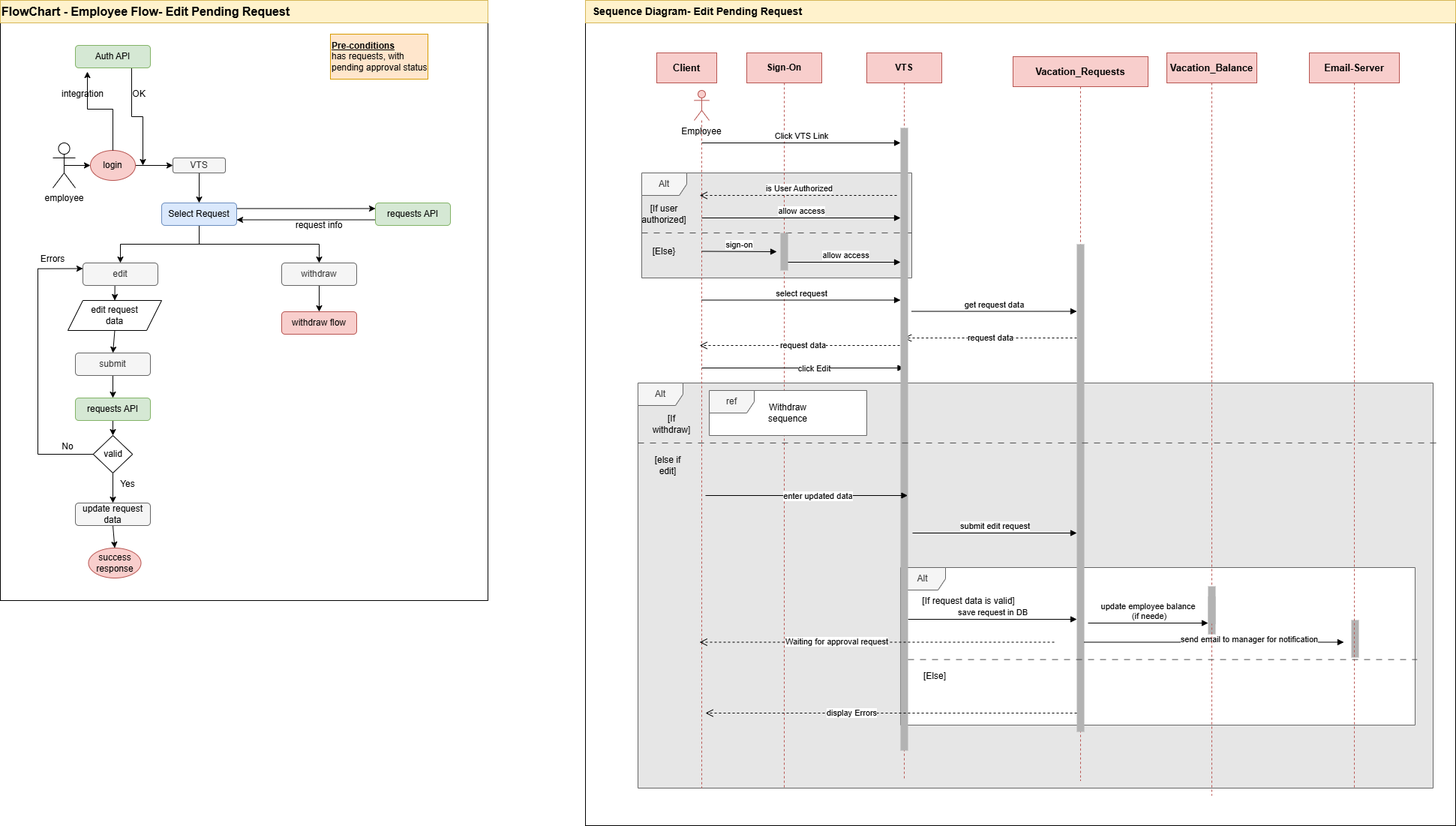
Earlier version of the draw.io export images/VTS-edit request.png (Radwa-Kelany/task1-VTS). Source tidied: cells renumbered, new cells last; positions are measured from the earlier drawing's top-left corner, leaving out a move shared by most shapes.
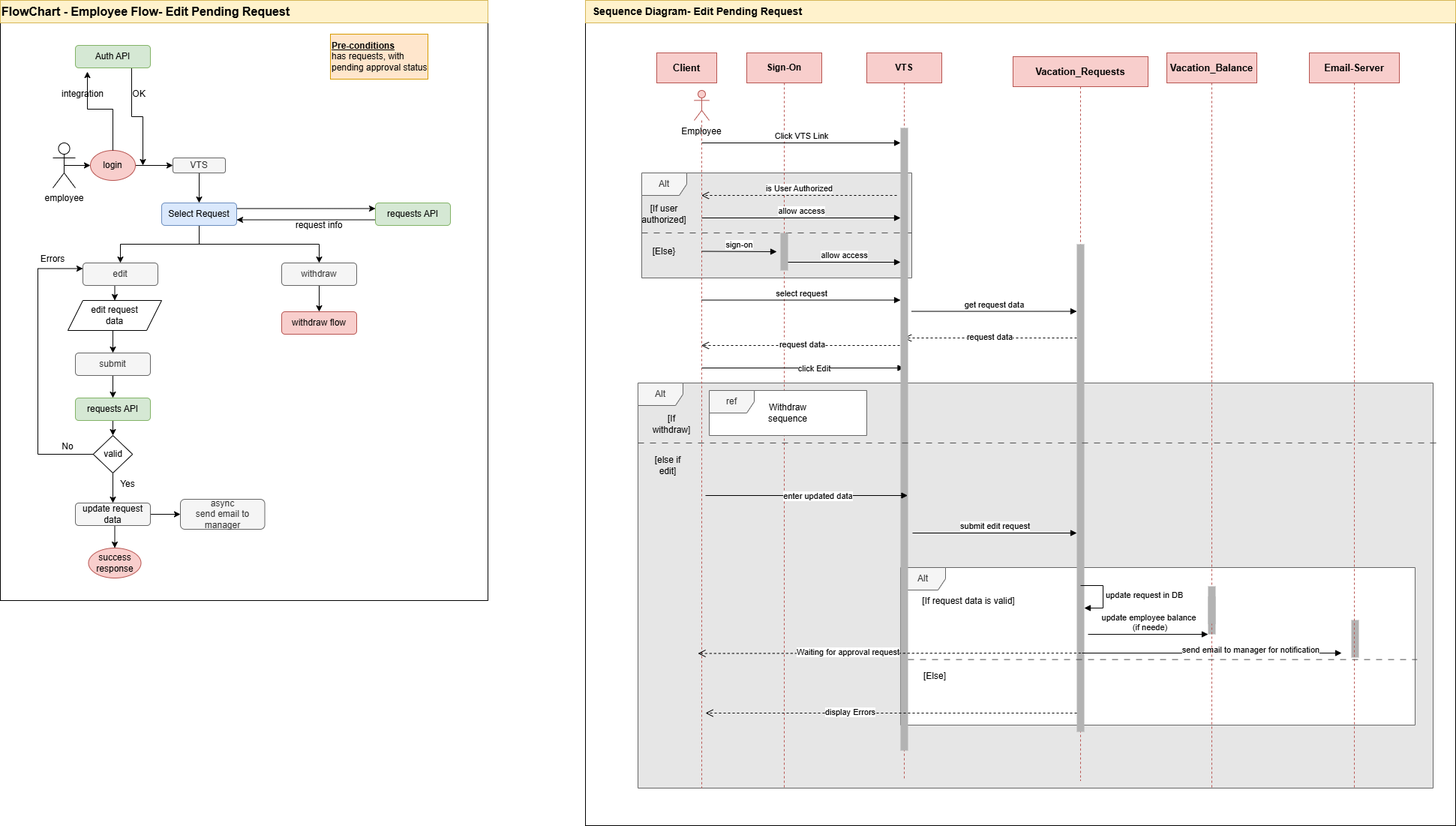
Above is the later version.

Diff of the diagram source:
```diff
@@ -128,6 +128,9 @@
     <mxCell id="40" style="edgeStyle=orthogonalEdgeStyle;rounded=0;jettySize=auto;html=1;exitX=0.5;exitY=1;exitDx=0;exitDy=0;entryX=0.5;entryY=0;entryDx=0;entryDy=0;" parent="1" edge="1" source="41" target="23">
       <mxGeometry relative="1" as="geometry" />
     </mxCell>
+    <mxCell id="94" style="edgeStyle=orthogonalEdgeStyle;rounded=0;jettySize=auto;html=1;exitX=1;exitY=0.5;exitDx=0;exitDy=0;entryX=0;entryY=0.5;entryDx=0;entryDy=0;" parent="1" edge="1" source="41" target="95">
+      <mxGeometry relative="1" as="geometry" />
+    </mxCell>
     <mxCell id="41" value="&lt;span style=&quot;color: rgb(0, 0, 0);&quot;&gt;update request data&lt;/span&gt;" style="rounded=1;whiteSpace=wrap;html=1;fillColor=#f5f5f5;fontColor=#333333;strokeColor=#666666;" parent="1" vertex="1">
       <mxGeometry x="100" y="670" width="100" height="30" as="geometry" />
     </mxCell>
@@ -235,11 +238,6 @@
         <mxPoint x="-134" y="635" as="sourcePoint" />
       </mxGeometry>
     </mxCell>
-    <mxCell id="69" value="&lt;span style=&quot;text-align: left;&quot;&gt;save request in DB&lt;/span&gt;" style="html=1;verticalAlign=bottom;endArrow=block;curved=0;rounded=0;" parent="62" edge="1" target="64">
-      <mxGeometry x="0.01" relative="1" as="geometry">
-        <mxPoint x="-140" y="750" as="sourcePoint" />
-      </mxGeometry>
-    </mxCell>
     <mxCell id="70" value="&lt;b style=&quot;font-size: 13px;&quot;&gt;Email-Server&lt;/b&gt;" style="shape=umlLifeline;perimeter=lifelinePerimeter;whiteSpace=wrap;html=1;newEdgeStyle={&quot;curved&quot;:0,&quot;rounded&quot;:0};fillColor=#f8cecc;strokeColor=#b85450;" parent="1" vertex="1">
       <mxGeometry x="1745" y="70" width="120" height="980" as="geometry" />
     </mxCell>
@@ -301,9 +299,10 @@
         <mxPoint x="-52" as="offset" />
       </mxGeometry>
     </mxCell>
-    <mxCell id="86" style="html=1;verticalAlign=bottom;endArrow=open;dashed=1;endSize=8;curved=0;rounded=0;" parent="1" edge="1" target="47">
+    <mxCell id="86" style="html=1;verticalAlign=bottom;endArrow=open;dashed=1;endSize=8;curved=0;rounded=0;" parent="1" edge="1">
       <mxGeometry relative="1" as="geometry">
-        <mxPoint x="1405" y="855.5" as="sourcePoint" />
+        <mxPoint x="1440.3" y="870" as="sourcePoint" />
+        <mxPoint x="930" y="870.5" as="targetPoint" />
       </mxGeometry>
     </mxCell>
     <mxCell id="87" value="Waiting for approval request" style="edgeLabel;html=1;align=center;verticalAlign=middle;" parent="86" vertex="1">
@@ -311,22 +310,24 @@
         <mxPoint x="-52" as="offset" />
       </mxGeometry>
     </mxCell>
-    <mxCell id="88" value="send email to manager for notification" style="html=1;verticalAlign=bottom;endArrow=block;curved=0;rounded=0;" parent="1" edge="1" source="64">
-      <mxGeometry x="0.28" y="-4" relative="1" as="geometry">
-        <mxPoint x="1791" y="855.5" as="targetPoint" />
+    <mxCell id="88" value="send email to manager for notification" style="html=1;verticalAlign=bottom;endArrow=block;curved=0;rounded=0;" parent="1" edge="1">
+      <mxGeometry x="0.3" y="-4" relative="1" as="geometry">
+        <mxPoint x="1442" y="870" as="sourcePoint" />
+        <mxPoint x="1788" y="870" as="targetPoint" />
         <mxPoint y="1" as="offset" />
       </mxGeometry>
     </mxCell>
-    <mxCell id="89" value="&lt;span style=&quot;text-align: left;&quot;&gt;update employee balance&lt;/span&gt;&lt;div&gt;&lt;span style=&quot;text-align: left;&quot;&gt;&amp;nbsp;(if neede)&lt;/span&gt;&lt;/div&gt;" style="html=1;verticalAlign=bottom;endArrow=block;curved=0;rounded=0;" parent="1" edge="1" target="90">
+    <mxCell id="89" value="&lt;span style=&quot;text-align: left;&quot;&gt;update employee balance&lt;/span&gt;&lt;div&gt;&lt;span style=&quot;text-align: left;&quot;&gt;&amp;nbsp;(if neede)&lt;/span&gt;&lt;/div&gt;" style="html=1;verticalAlign=bottom;endArrow=block;curved=0;rounded=0;" parent="1" edge="1">
       <mxGeometry x="0.01" relative="1" as="geometry">
-        <mxPoint x="1450" y="830" as="sourcePoint" />
+        <mxPoint x="1450" y="845" as="sourcePoint" />
+        <mxPoint x="1610" y="845" as="targetPoint" />
       </mxGeometry>
     </mxCell>
     <mxCell id="90" style="html=1;points=[[0,0,0,0,5],[0,1,0,0,-5],[1,0,0,0,5],[1,1,0,0,-5]];perimeter=orthogonalPerimeter;outlineConnect=0;targetShapes=umlLifeline;portConstraint=eastwest;newEdgeStyle={&quot;curved&quot;:0,&quot;rounded&quot;:0};fillColor=#B3B3B3;fontColor=#333333;strokeColor=none;" parent="1" vertex="1">
       <mxGeometry x="1610" y="795" width="10" height="50" as="geometry" />
     </mxCell>
     <mxCell id="91" value="&lt;b style=&quot;font-size: 13px;&quot;&gt;Vacation_Balance&lt;/b&gt;" style="shape=umlLifeline;perimeter=lifelinePerimeter;whiteSpace=wrap;html=1;newEdgeStyle={&quot;curved&quot;:0,&quot;rounded&quot;:0};fillColor=#f8cecc;strokeColor=#b85450;" parent="1" vertex="1">
-      <mxGeometry x="1555" y="70" width="120" height="990" as="geometry" />
+      <mxGeometry x="1555" y="70" width="120" height="980" as="geometry" />
     </mxCell>
     <mxCell id="92" style="html=1;perimeter=orthogonalPerimeter;targetShapes=umlLifeline;newEdgeStyle={&quot;curved&quot;:0,&quot;rounded&quot;:0};fillColor=#B3B3B3;fontColor=#333333;strokeColor=none;" parent="91" vertex="1">
       <mxGeometry x="55" y="711" width="10" height="50" as="geometry" />
@@ -334,5 +335,18 @@
     <mxCell id="93" style="endArrow=none;dashed=1;html=1;rounded=0;dashPattern=8 8;strokeColor=#4D4D4D;entryX=1.004;entryY=0.584;entryDx=0;entryDy=0;entryPerimeter=0;" parent="1" edge="1" source="77" target="63">
       <mxGeometry relative="1" as="geometry" />
     </mxCell>
+    <mxCell id="95" value="async&lt;div&gt;send email to manager&lt;/div&gt;" style="rounded=1;whiteSpace=wrap;html=1;fillColor=#f5f5f5;fontColor=#333333;strokeColor=#666666;" parent="1" vertex="1">
+      <mxGeometry x="240" y="665" width="112.5" height="40" as="geometry" />
+    </mxCell>
+    <mxCell id="96" value="update request in DB" style="html=1;align=left;spacingLeft=2;endArrow=block;rounded=0;edgeStyle=orthogonalEdgeStyle;curved=0;rounded=0;" parent="1" edge="1">
+      <mxGeometry relative="1" as="geometry">
+        <mxPoint x="1440" y="780" as="sourcePoint" />
+        <mxPoint x="1445" y="810" as="targetPoint" />
+        <Array as="points">
+          <mxPoint x="1470" y="780" />
+          <mxPoint x="1470" y="810" />
+        </Array>
+      </mxGeometry>
+    </mxCell>
   </root>
 </mxGraphModel>
```
